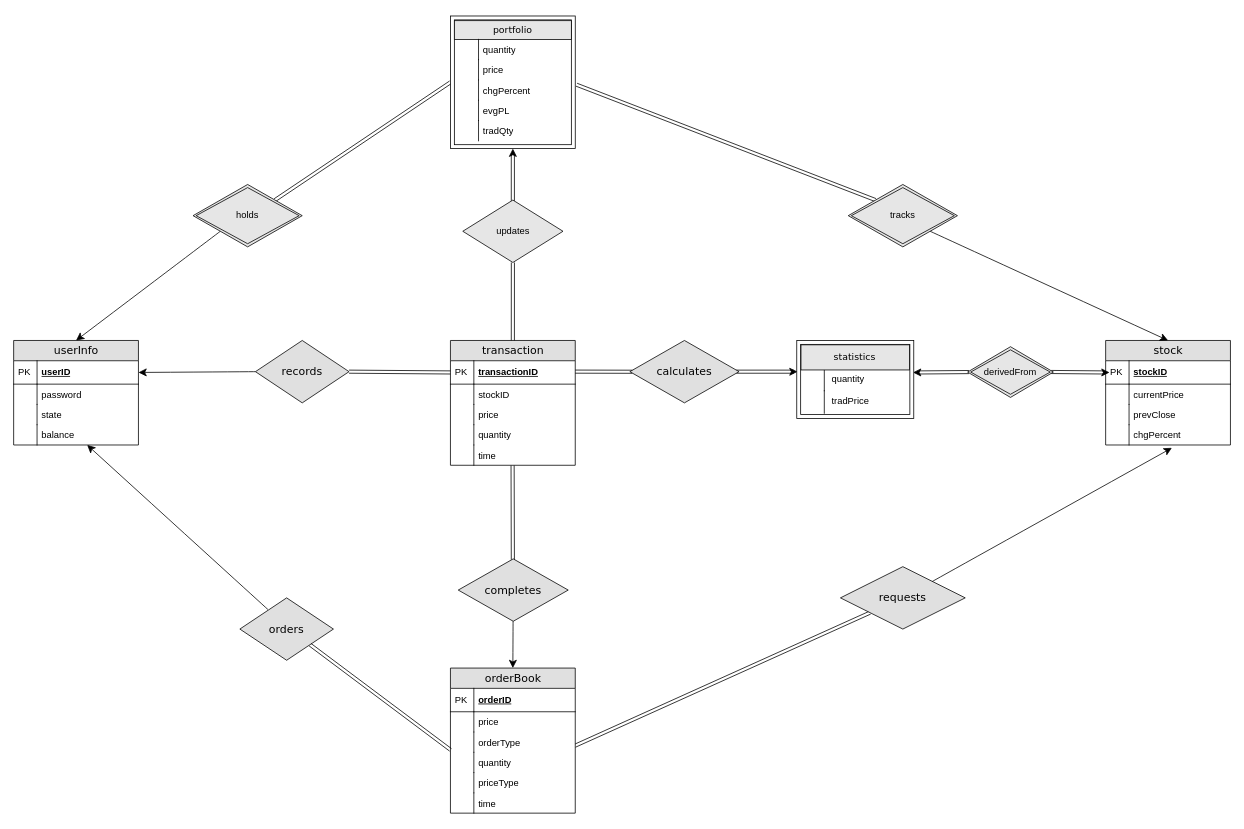
The draw.io diagram page "ER diagram" (2 of 4) of 제목 없는 다이어그램.drawio in juri1135/DBMS_2024, before the edit. Source tidied: cells renumbered, new cells numbered last; positions are measured from the earlier drawing's top-left corner, leaving out a move shared by most shapes. Both pictures are drawn from the tidied source at 78%, with x=0, y=0 at pixel (13, 16).
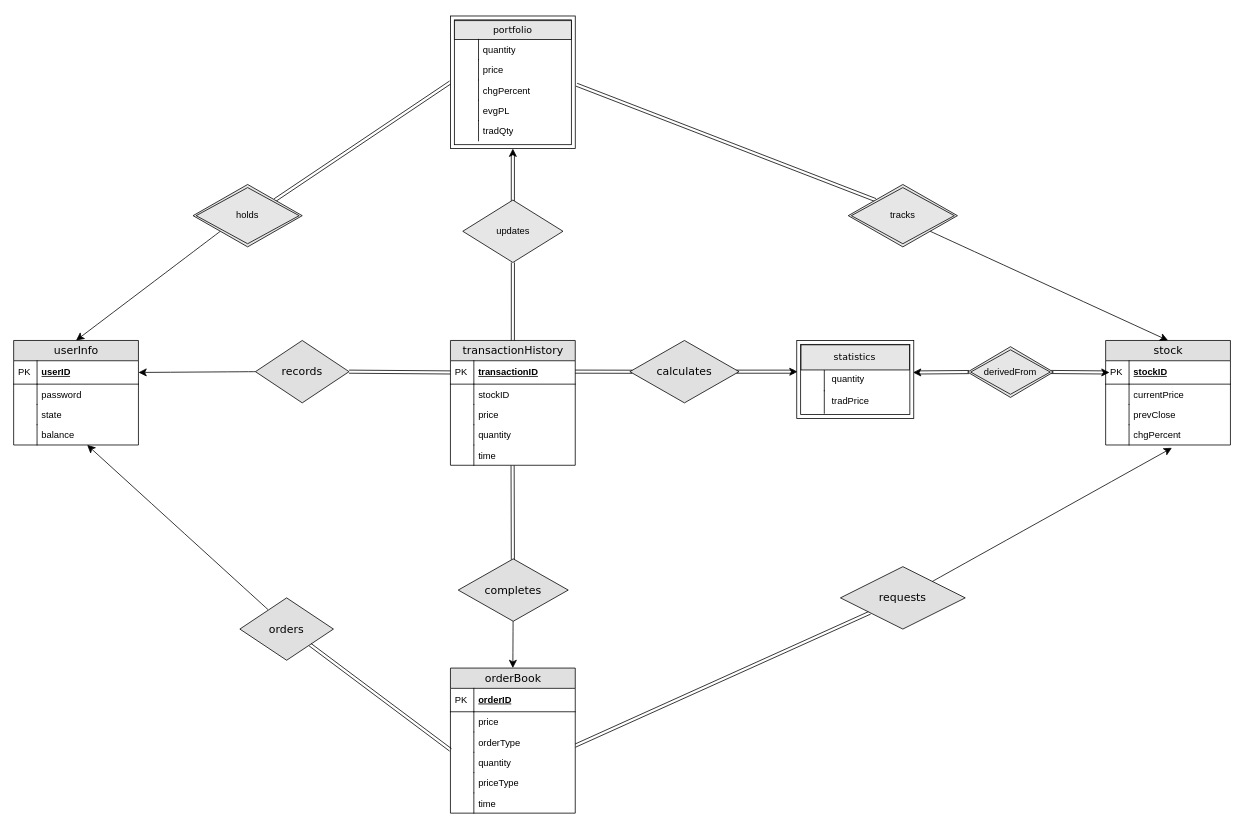
Above is the later version.

Commit message:
제목 없는 다이어그램.drawio 업데이트

Diff of the diagram source:
```diff
@@
-    <mxCell id="2" value="transaction" style="swimlane;html=1;fontStyle=0;horizontal=1;startSize=26;fillColor=#e0e0e0;swimlaneFillColor=#ffffff;align=center;rounded=0;shadow=0;comic=0;labelBackgroundColor=none;strokeWidth=1;fontFamily=Verdana;fontSize=14;" parent="1" vertex="1">
+    <mxCell id="2" value="transactionHistory" style="swimlane;html=1;fontStyle=0;horizontal=1;startSize=26;fillColor=#e0e0e0;swimlaneFillColor=#ffffff;align=center;rounded=0;shadow=0;comic=0;labelBackgroundColor=none;strokeWidth=1;fontFamily=Verdana;fontSize=14;" parent="1" vertex="1">
       <mxGeometry x="560" y="416" width="160" height="160" as="geometry" />
     </mxCell>
```
